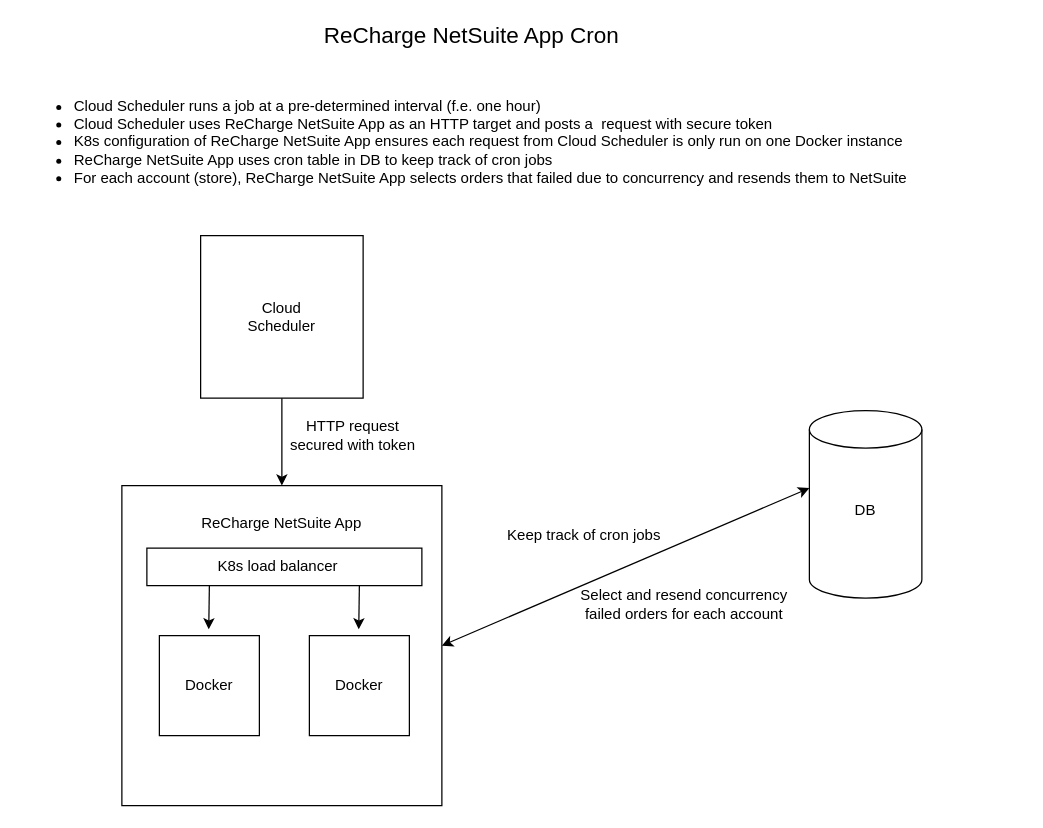
This is ReCharge Crons Proposal.drawio from alexrsunrise/diagrams, a draw.io file, before an edit. Source tidied: cells renumbered, new cells numbered last; positions are measured from the earlier drawing's top-left corner, leaving out a move shared by most shapes. Both pictures are drawn from the tidied source at 125%, with x=0, y=0 at pixel (21, 22).
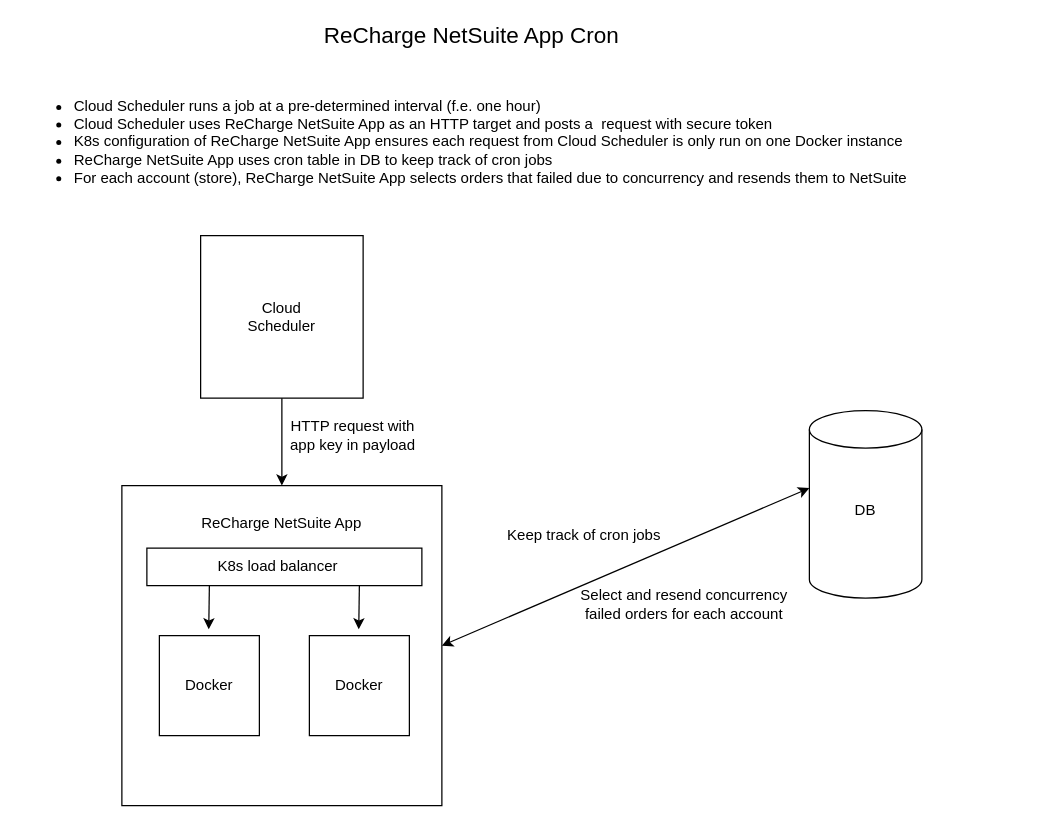
After the change.

Diff of the diagram source:
```diff
@@
-    <mxCell id="20" value="HTTP request secured with token" style="text;html=1;strokeColor=none;fillColor=none;align=center;verticalAlign=middle;whiteSpace=wrap;rounded=0;" parent="1" vertex="1">
+    <mxCell id="20" value="HTTP request with app key in payload" style="text;html=1;strokeColor=none;fillColor=none;align=center;verticalAlign=middle;whiteSpace=wrap;rounded=0;" parent="1" vertex="1">
       <mxGeometry x="210" y="320" width="110" height="20" as="geometry" />
     </mxCell>
```
